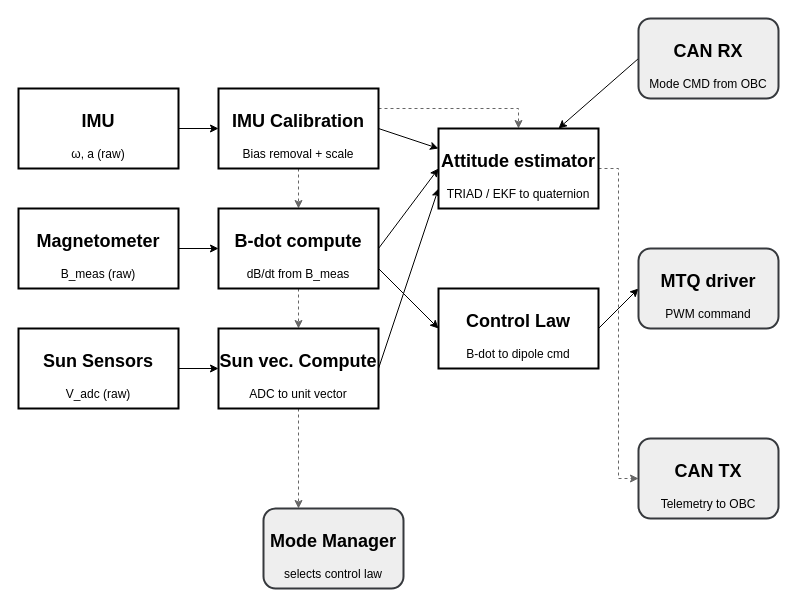
Above: page "Data flow" (3 of 7) of docs/subteams/adcs/ADCS_software_architecture.drawio in QSET-Sat/qset-doc (draw.io), before the change. Source tidied: cells renumbered, new cells numbered last; positions are measured from the earlier drawing's top-left corner, leaving out a move shared by most shapes. Both pictures are drawn from the tidied source at 100%, with x=0, y=0 at pixel (18, 18).
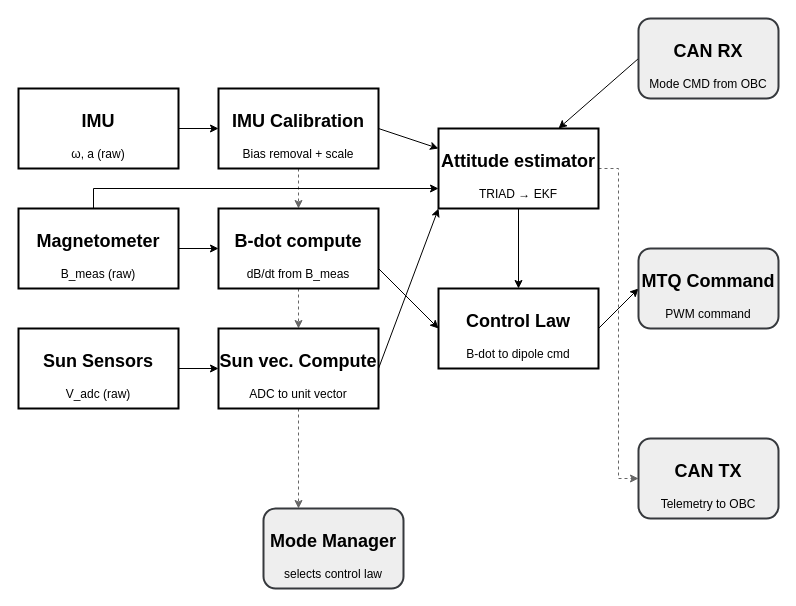
The same page after the edit.

Unchanged cells that the change refers to:
```xml
<mxCell id="10" value="&lt;h2&gt;IMU Calibration&lt;/h2&gt;&lt;div&gt;&lt;span style=&quot;text-align: start; white-space: nowrap;&quot;&gt;&lt;font face=&quot;Helvetica&quot;&gt;Bias removal + scale&lt;/font&gt;&lt;/span&gt;&lt;/div&gt;" style="whiteSpace=wrap;html=1;labelBackgroundColor=none;perimeterSpacing=0;strokeWidth=2;" parent="1" vertex="1">
  <mxGeometry x="200" y="70" width="160" height="80" as="geometry" />
</mxCell>
<mxCell id="14" value="&lt;h2&gt;B-dot compute&lt;/h2&gt;&lt;div&gt;&lt;span style=&quot;text-align: start; white-space: nowrap;&quot;&gt;&lt;font face=&quot;Helvetica&quot;&gt;dB/dt from B_meas&lt;/font&gt;&lt;/span&gt;&lt;/div&gt;" style="whiteSpace=wrap;html=1;labelBackgroundColor=none;perimeterSpacing=0;strokeWidth=2;" parent="1" vertex="1">
  <mxGeometry x="200" y="190" width="160" height="80" as="geometry" />
</mxCell>
<mxCell id="17" value="&lt;h2&gt;Sun vec. Compute&lt;/h2&gt;&lt;div&gt;&lt;span style=&quot;text-align: start; white-space: nowrap;&quot;&gt;&lt;font face=&quot;Helvetica&quot;&gt;ADC to unit vector&lt;/font&gt;&lt;/span&gt;&lt;/div&gt;" style="whiteSpace=wrap;html=1;labelBackgroundColor=none;perimeterSpacing=0;strokeWidth=2;" parent="1" vertex="1">
  <mxGeometry x="200" y="310" width="160" height="80" as="geometry" />
</mxCell>
<mxCell id="21" value="&lt;h2&gt;Control Law&lt;/h2&gt;&lt;div&gt;B-dot to dipole cmd&lt;/div&gt;" style="whiteSpace=wrap;html=1;labelBackgroundColor=none;perimeterSpacing=0;strokeWidth=2;" parent="1" vertex="1">
  <mxGeometry x="420" y="270" width="160" height="80" as="geometry" />
</mxCell>
```

The edit, as a diff of the source:
```diff
@@
-    <mxCell id="9" style="edgeStyle=orthogonalEdgeStyle;rounded=0;jettySize=auto;html=1;exitX=1;exitY=0.25;exitDx=0;exitDy=0;entryX=0.5;entryY=0;entryDx=0;entryDy=0;dashed=1;fillColor=#f5f5f5;gradientColor=#b3b3b3;strokeColor=#666666;" parent="1" edge="1" source="10" target="19">
-      <mxGeometry relative="1" as="geometry" />
-    </mxCell>
@@
-    <mxCell id="11" style="rounded=0;jettySize=auto;html=1;exitX=1;exitY=0.5;exitDx=0;exitDy=0;entryX=0;entryY=0.5;entryDx=0;entryDy=0;" parent="1" edge="1" source="14" target="19">
-      <mxGeometry relative="1" as="geometry" />
-    </mxCell>
@@
-    <mxCell id="15" style="rounded=0;jettySize=auto;html=1;exitX=1;exitY=0.5;exitDx=0;exitDy=0;entryX=0;entryY=0.75;entryDx=0;entryDy=0;" parent="1" edge="1" source="17" target="19">
+    <mxCell id="15" style="rounded=0;jettySize=auto;html=1;exitX=1;exitY=0.5;exitDx=0;exitDy=0;entryX=0;entryY=1;entryDx=0;entryDy=0;" parent="1" edge="1" source="17" target="19">
       <mxGeometry relative="1" as="geometry" />
     </mxCell>
@@
+    <mxCell id="28" style="edgeStyle=orthogonalEdgeStyle;rounded=0;jettySize=auto;html=1;exitX=0.5;exitY=1;exitDx=0;exitDy=0;entryX=0.5;entryY=0;entryDx=0;entryDy=0;" parent="1" edge="1" source="19" target="21">
+      <mxGeometry relative="1" as="geometry" />
+    </mxCell>
-    <mxCell id="19" value="&lt;h2&gt;Attitude estimator&lt;/h2&gt;&lt;div&gt;&lt;span style=&quot;text-align: start; white-space: nowrap;&quot;&gt;&lt;font face=&quot;Helvetica&quot;&gt;TRIAD / EKF to quaternion&lt;/font&gt;&lt;/span&gt;&lt;/div&gt;" style="whiteSpace=wrap;html=1;labelBackgroundColor=none;perimeterSpacing=0;strokeWidth=2;" parent="1" vertex="1">
+    <mxCell id="19" value="&lt;h2&gt;Attitude estimator&lt;/h2&gt;&lt;div&gt;&lt;span style=&quot;text-align: start; white-space: nowrap;&quot;&gt;&lt;font face=&quot;Helvetica&quot;&gt;TRIAD&amp;nbsp;&lt;/font&gt;&lt;/span&gt;&lt;span style=&quot;background-color: transparent; text-wrap-mode: nowrap;&quot;&gt;→ EKF&lt;/span&gt;&lt;/div&gt;" style="whiteSpace=wrap;html=1;labelBackgroundColor=none;perimeterSpacing=0;strokeWidth=2;" parent="1" vertex="1">
       <mxGeometry x="420" y="110" width="160" height="80" as="geometry" />
     </mxCell>
@@
-    <mxCell id="27" value="&lt;h2&gt;MTQ driver&lt;/h2&gt;&lt;div&gt;PWM command&lt;/div&gt;" style="rounded=1;whiteSpace=wrap;html=1;strokeWidth=2;fillColor=#eeeeee;strokeColor=#36393d;" parent="1" vertex="1">
+    <mxCell id="27" value="&lt;h2&gt;MTQ Command&lt;/h2&gt;&lt;div&gt;PWM command&lt;/div&gt;" style="rounded=1;whiteSpace=wrap;html=1;strokeWidth=2;fillColor=#eeeeee;strokeColor=#36393d;" parent="1" vertex="1">
       <mxGeometry x="620" y="230" width="140" height="80" as="geometry" />
     </mxCell>
+    <mxCell id="29" style="endArrow=classic;html=1;rounded=0;entryX=0;entryY=0.75;entryDx=0;entryDy=0;" parent="1" edge="1" target="19">
+      <mxGeometry relative="1" as="geometry">
+        <mxPoint x="75" y="170" as="sourcePoint" />
+      </mxGeometry>
+    </mxCell>
+    <mxCell id="30" style="endArrow=none;html=1;rounded=0;endFill=0;" parent="1" edge="1">
+      <mxGeometry relative="1" as="geometry">
+        <mxPoint x="75" y="190" as="sourcePoint" />
+        <mxPoint x="75" y="170" as="targetPoint" />
+      </mxGeometry>
+    </mxCell>
```
